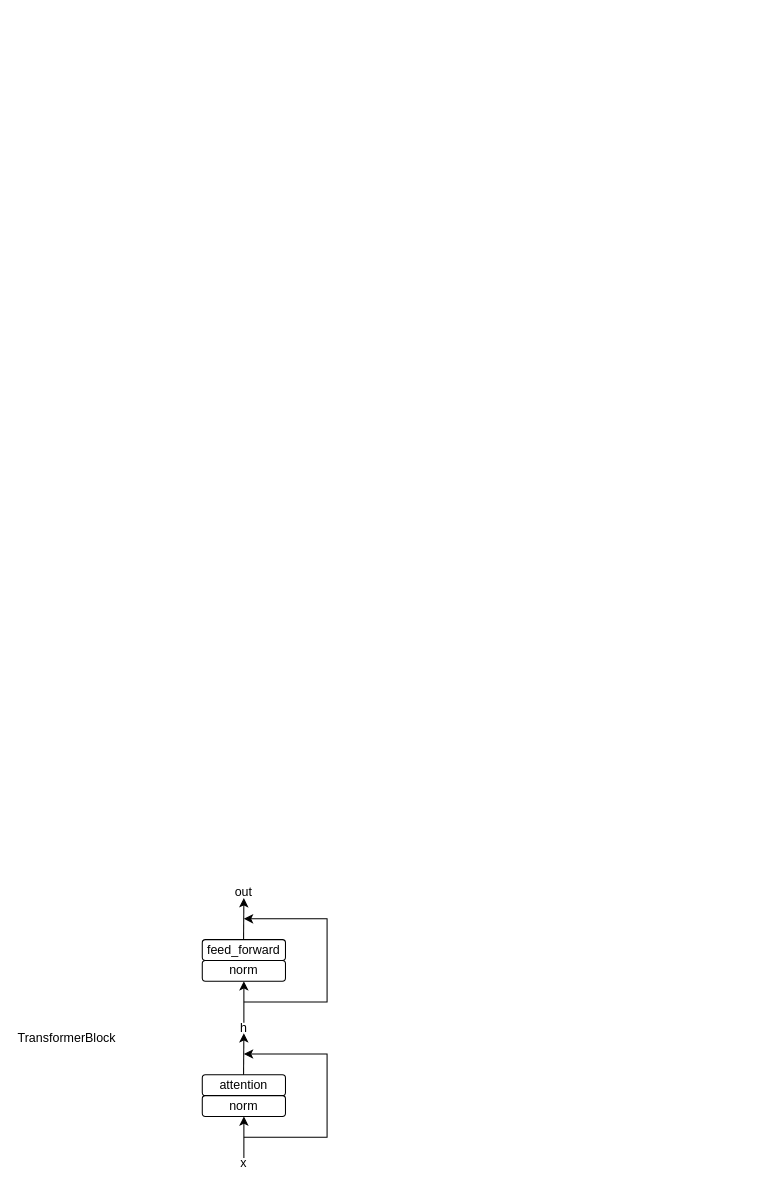
Earlier version of the draw.io diagram llm.drawio (DavidZyy/drawio_repo). Source tidied: cells renumbered, new cells numbered last; positions are measured from the earlier drawing's top-left corner, leaving out a move shared by most shapes. Both pictures are drawn from the tidied source at 104%, with x=0, y=0 at pixel (35, 877).
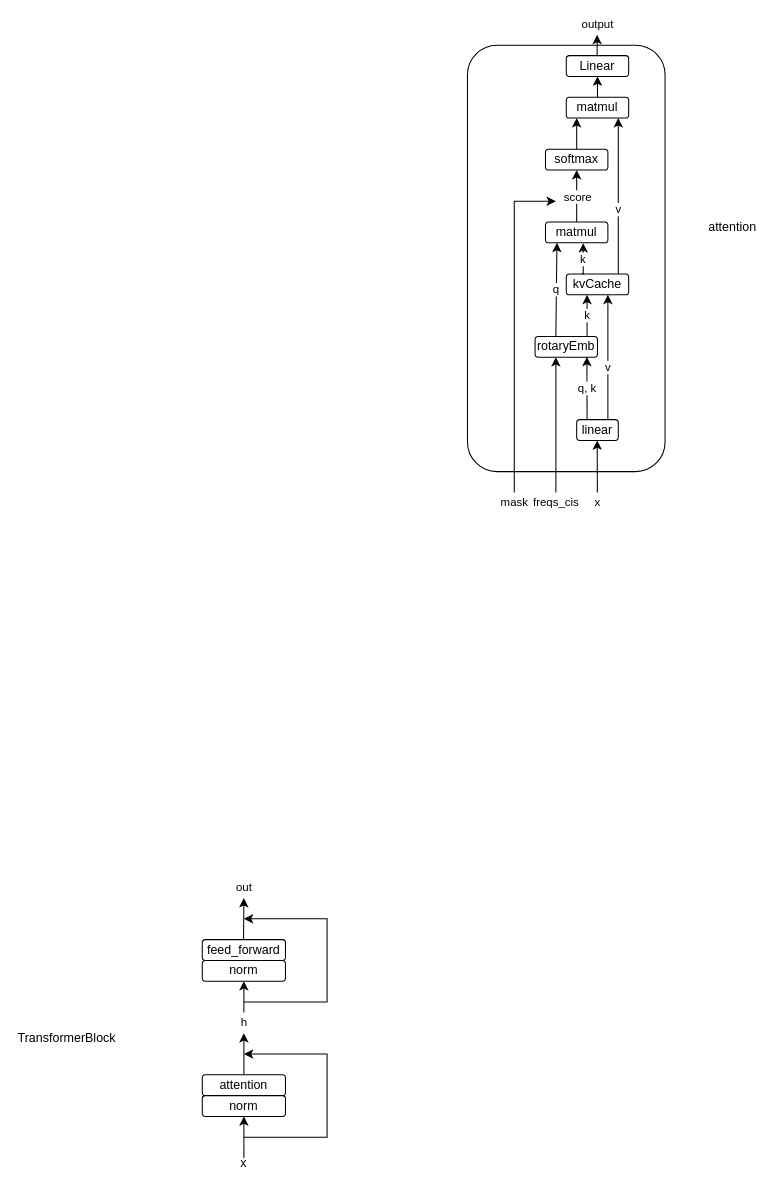
The same diagram, later.

Unchanged cells that the change refers to:
```xml
<mxCell id="2" value="attention" style="rounded=1;whiteSpace=wrap;html=1;" parent="1" vertex="1">
  <mxGeometry x="160" y="190" width="80" height="20" as="geometry" />
</mxCell>
```

What changed in the source:
```diff
@@
+    <mxCell id="16" style="edgeStyle=orthogonalEdgeStyle;rounded=0;jettySize=auto;html=1;exitX=0.5;exitY=0;exitDx=0;exitDy=0;" parent="1" edge="1" source="2">
+      <mxGeometry relative="1" as="geometry">
+        <mxPoint x="200" y="150" as="targetPoint" />
+      </mxGeometry>
+    </mxCell>
@@
-    <mxCell id="6" style="endArrow=classic;html=1;rounded=0;" parent="1" edge="1">
-      <mxGeometry relative="1" as="geometry">
-        <mxPoint x="199.7" y="190" as="sourcePoint" />
-        <mxPoint x="200" y="150" as="targetPoint" />
-      </mxGeometry>
-    </mxCell>
-    <mxCell id="7" value="h" style="text;strokeColor=none;align=center;fillColor=none;html=1;verticalAlign=middle;whiteSpace=wrap;rounded=0;" parent="1" vertex="1">
-      <mxGeometry x="170" y="130" width="60" height="30" as="geometry" />
-    </mxCell>
@@
-    <mxCell id="9" style="endArrow=classic;html=1;rounded=0;" parent="1" edge="1">
-      <mxGeometry relative="1" as="geometry">
-        <mxPoint x="200" y="140" as="sourcePoint" />
+    <mxCell id="9" value="h" style="endArrow=classic;html=1;rounded=0;" parent="1" edge="1">
+      <mxGeometry x="-1" y="-10" relative="1" as="geometry">
+        <mxPoint x="200" y="130" as="sourcePoint" />
         <mxPoint x="200" y="100" as="targetPoint" />
+        <mxPoint x="-10" y="10" as="offset" />
       </mxGeometry>
     </mxCell>
     <mxCell id="10" style="edgeStyle=orthogonalEdgeStyle;rounded=0;orthogonalLoop=1;jettySize=auto;html=1;" parent="1" edge="1">
       <mxGeometry relative="1" as="geometry">
         <mxPoint x="200" y="120" as="sourcePoint" />
         <mxPoint x="200" y="40" as="targetPoint" />
         <Array as="points">
+          <mxPoint x="210" y="120" />
           <mxPoint x="280" y="120" />
           <mxPoint x="280" y="40" />
-          <mxPoint x="200" y="40" />
         </Array>
       </mxGeometry>
     </mxCell>
-    <mxCell id="11" style="endArrow=classic;html=1;rounded=0;" parent="1" edge="1">
-      <mxGeometry relative="1" as="geometry">
+    <mxCell id="11" value="out" style="endArrow=classic;html=1;rounded=0;" parent="1" edge="1">
+      <mxGeometry x="1" y="10" relative="1" as="geometry">
         <mxPoint x="199.7" y="60" as="sourcePoint" />
         <mxPoint x="200" y="20" as="targetPoint" />
+        <mxPoint x="10" y="-10" as="offset" />
       </mxGeometry>
     </mxCell>
-    <mxCell id="12" value="out" style="text;strokeColor=none;align=center;fillColor=none;html=1;verticalAlign=middle;whiteSpace=wrap;rounded=0;" parent="1" vertex="1">
-      <mxGeometry x="170" width="60" height="30" as="geometry" />
-    </mxCell>
@@
+    <mxCell id="17" style="rounded=1;whiteSpace=wrap;html=1;fillColor=none;" parent="1" vertex="1">
+      <mxGeometry x="415" y="-800" width="190" height="410" as="geometry" />
+    </mxCell>
+    <mxCell id="18" value="attention" style="text;strokeColor=none;align=center;fillColor=none;html=1;verticalAlign=middle;whiteSpace=wrap;rounded=0;" parent="1" vertex="1">
+      <mxGeometry x="640" y="-640" width="60" height="30" as="geometry" />
+    </mxCell>
+    <mxCell id="19" value="x" style="edgeStyle=none;orthogonalLoop=1;jettySize=auto;html=1;rounded=0;" parent="1" edge="1">
+      <mxGeometry x="-1" y="-10" relative="1" as="geometry">
+        <mxPoint x="539.9" y="-370" as="sourcePoint" />
+        <mxPoint x="539.7" y="-420" as="targetPoint" />
+        <mxPoint x="-10" y="10" as="offset" />
+      </mxGeometry>
+    </mxCell>
+    <mxCell id="20" value="freqs_cis" style="edgeStyle=none;orthogonalLoop=1;jettySize=auto;html=1;rounded=0;" parent="1" edge="1">
+      <mxGeometry x="-1" y="-10" relative="1" as="geometry">
+        <mxPoint x="500" y="-370" as="sourcePoint" />
+        <mxPoint x="500" y="-500" as="targetPoint" />
+        <mxPoint x="-10" y="10" as="offset" />
+      </mxGeometry>
+    </mxCell>
+    <mxCell id="21" value="mask" style="edgeStyle=none;orthogonalLoop=1;jettySize=auto;html=1;rounded=0;" parent="1" edge="1">
+      <mxGeometry x="-1" y="-10" relative="1" as="geometry">
+        <mxPoint x="460" y="-370" as="sourcePoint" />
+        <mxPoint x="500" y="-650" as="targetPoint" />
+        <Array as="points">
+          <mxPoint x="460" y="-510" />
+          <mxPoint x="460" y="-650" />
+        </Array>
+        <mxPoint x="-10" y="10" as="offset" />
+      </mxGeometry>
+    </mxCell>
+    <mxCell id="22" value="linear" style="rounded=1;whiteSpace=wrap;html=1;fillColor=none;" parent="1" vertex="1">
+      <mxGeometry x="520" y="-440" width="40" height="20" as="geometry" />
+    </mxCell>
+    <mxCell id="23" value="q, k" style="edgeStyle=none;jettySize=auto;html=1;rounded=0;entryX=0.83;entryY=0.983;entryDx=0;entryDy=0;entryPerimeter=0;" parent="1" edge="1" target="26">
+      <mxGeometry relative="1" as="geometry">
+        <mxPoint x="530" y="-440" as="sourcePoint" />
+      </mxGeometry>
+    </mxCell>
+    <mxCell id="24" value="v" style="edgeStyle=none;orthogonalLoop=1;jettySize=auto;html=1;rounded=0;" parent="1" edge="1">
+      <mxGeometry x="-0.17" relative="1" as="geometry">
+        <mxPoint x="550" y="-440" as="sourcePoint" />
+        <mxPoint x="550" y="-560" as="targetPoint" />
+      </mxGeometry>
+    </mxCell>
+    <mxCell id="25" value="q" style="edgeStyle=orthogonalEdgeStyle;rounded=0;jettySize=auto;html=1;exitX=0.25;exitY=0;exitDx=0;exitDy=0;entryX=0.184;entryY=1.001;entryDx=0;entryDy=0;entryPerimeter=0;" parent="1" edge="1" target="31">
+      <mxGeometry relative="1" as="geometry">
+        <mxPoint x="500" y="-520" as="sourcePoint" />
+      </mxGeometry>
+    </mxCell>
+    <mxCell id="26" value="rotaryEmb" style="rounded=1;whiteSpace=wrap;html=1;fillColor=none;" parent="1" vertex="1">
+      <mxGeometry x="480" y="-520" width="60" height="20" as="geometry" />
+    </mxCell>
+    <mxCell id="27" value="k" style="edgeStyle=none;orthogonalLoop=1;jettySize=auto;html=1;rounded=0;" parent="1" edge="1">
+      <mxGeometry relative="1" as="geometry">
+        <mxPoint x="530" y="-520" as="sourcePoint" />
+        <mxPoint x="530" y="-560" as="targetPoint" />
+      </mxGeometry>
+    </mxCell>
+    <mxCell id="28" value="k" style="edgeStyle=orthogonalEdgeStyle;rounded=0;jettySize=auto;html=1;exitX=0.25;exitY=0;exitDx=0;exitDy=0;entryX=0.605;entryY=1.018;entryDx=0;entryDy=0;entryPerimeter=0;" parent="1" edge="1" source="29" target="31">
+      <mxGeometry relative="1" as="geometry" />
+    </mxCell>
+    <mxCell id="29" value="kvCache" style="rounded=1;whiteSpace=wrap;html=1;fillColor=none;" parent="1" vertex="1">
+      <mxGeometry x="510" y="-580" width="60" height="20" as="geometry" />
+    </mxCell>
+    <mxCell id="30" value="score" style="edgeStyle=orthogonalEdgeStyle;rounded=0;jettySize=auto;html=1;exitX=0.5;exitY=0;exitDx=0;exitDy=0;" parent="1" edge="1" source="31">
+      <mxGeometry relative="1" as="geometry">
+        <mxPoint x="520" y="-680" as="targetPoint" />
+      </mxGeometry>
+    </mxCell>
+    <mxCell id="31" value="matmul" style="rounded=1;whiteSpace=wrap;html=1;fillColor=none;" parent="1" vertex="1">
+      <mxGeometry x="490" y="-630" width="60" height="20" as="geometry" />
+    </mxCell>
+    <mxCell id="32" style="edgeStyle=orthogonalEdgeStyle;rounded=0;jettySize=auto;html=1;exitX=0.5;exitY=0;exitDx=0;exitDy=0;" parent="1" edge="1" source="33">
+      <mxGeometry relative="1" as="geometry">
+        <mxPoint x="520" y="-730" as="targetPoint" />
+      </mxGeometry>
+    </mxCell>
+    <mxCell id="33" value="softmax" style="rounded=1;whiteSpace=wrap;html=1;fillColor=none;" parent="1" vertex="1">
+      <mxGeometry x="490" y="-700" width="60" height="20" as="geometry" />
+    </mxCell>
+    <mxCell id="34" value="v" style="edgeStyle=none;orthogonalLoop=1;jettySize=auto;html=1;rounded=0;" parent="1" edge="1">
+      <mxGeometry x="-0.17" relative="1" as="geometry">
+        <mxPoint x="560" y="-580" as="sourcePoint" />
+        <mxPoint x="560" y="-730" as="targetPoint" />
+      </mxGeometry>
+    </mxCell>
+    <mxCell id="35" style="edgeStyle=orthogonalEdgeStyle;rounded=0;jettySize=auto;html=1;exitX=0.5;exitY=0;exitDx=0;exitDy=0;" parent="1" edge="1" source="36">
+      <mxGeometry relative="1" as="geometry">
+        <mxPoint x="540" y="-770" as="targetPoint" />
+      </mxGeometry>
+    </mxCell>
+    <mxCell id="36" value="matmul" style="rounded=1;whiteSpace=wrap;html=1;fillColor=none;" parent="1" vertex="1">
+      <mxGeometry x="510" y="-750" width="60" height="20" as="geometry" />
+    </mxCell>
+    <mxCell id="37" value="Linear" style="rounded=1;whiteSpace=wrap;html=1;fillColor=none;" parent="1" vertex="1">
+      <mxGeometry x="510" y="-790" width="60" height="20" as="geometry" />
+    </mxCell>
+    <mxCell id="38" value="output" style="edgeStyle=none;orthogonalLoop=1;jettySize=auto;html=1;rounded=0;" parent="1" edge="1">
+      <mxGeometry x="1" y="10" relative="1" as="geometry">
+        <mxPoint x="539.7" y="-790" as="sourcePoint" />
+        <mxPoint x="539.7" y="-810" as="targetPoint" />
+        <mxPoint x="10" y="-10" as="offset" />
+      </mxGeometry>
+    </mxCell>
```
